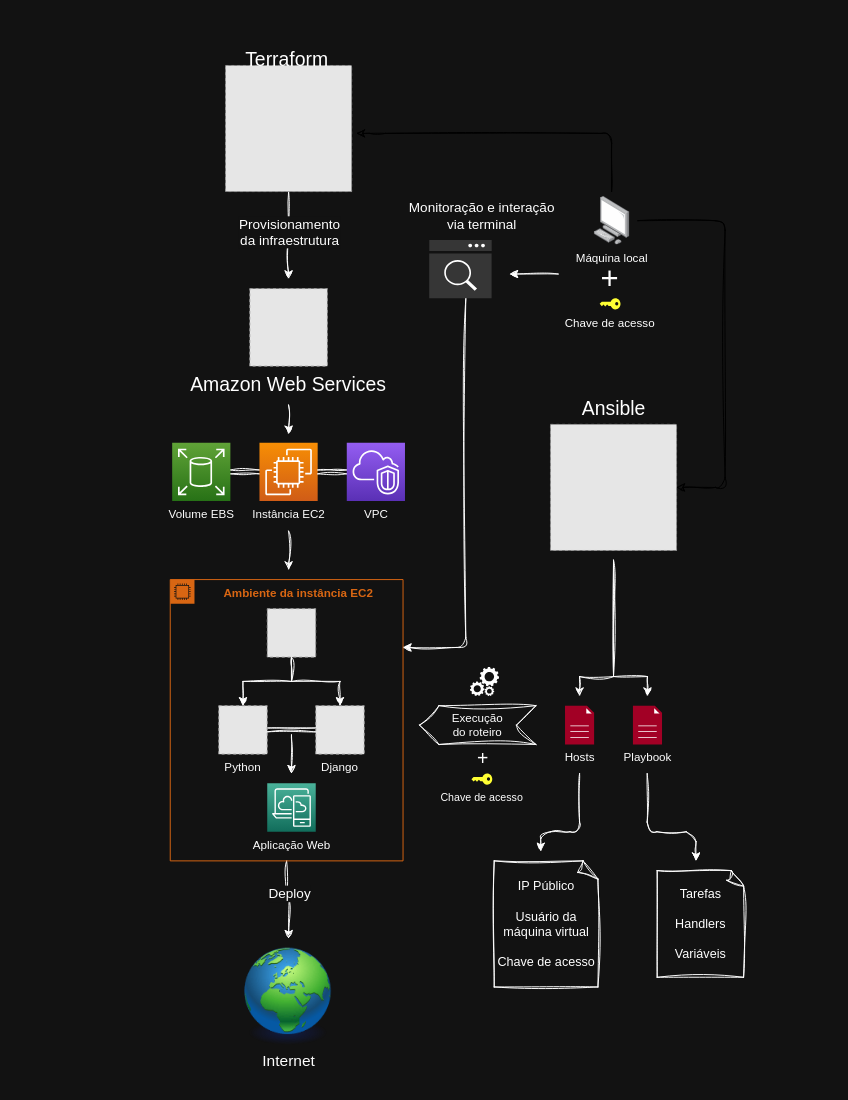
Before: project-map.drawio in T0mAlexander/IaC-Alura, a draw.io diagram. Source tidied: cells renumbered, new cells numbered last; positions are measured from the earlier drawing's top-left corner, leaving out a move shared by most shapes. Both pictures are drawn from the tidied source at 97%, with x=0, y=0 at pixel (16, 16). Pictures stored in the file or linked from it are replaced by grey dashed boxes.
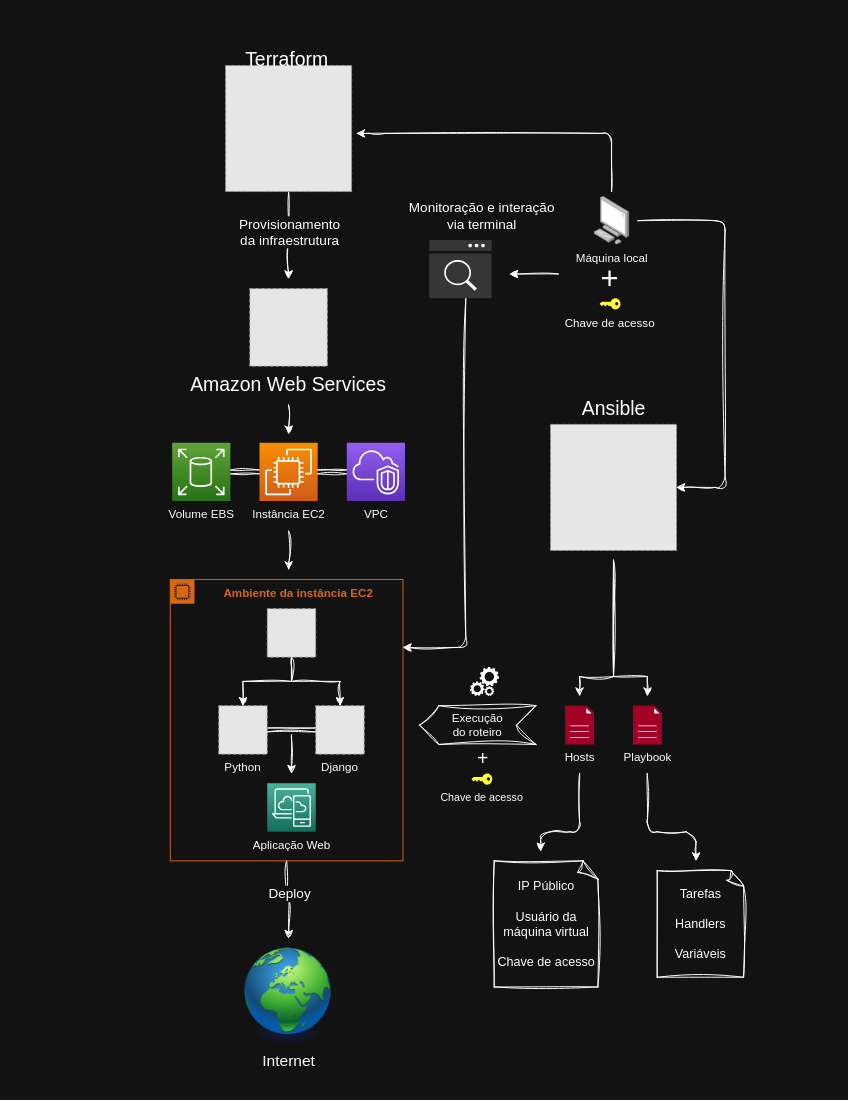
The same diagram, later.

Commit message (it also covers changes not shown here):
feat: :technologist: improved project map

Unchanged cells that the change refers to:
```xml
<mxCell id="15" style="fillColor=#E6E6E6;strokeColor=#999999;dashed=1;verticalLabelPosition=bottom;verticalAlign=top;fontFamily=Circular Std;fontSize=20;labelBackgroundColor=none;" parent="1" vertex="1">
  <mxGeometry x="550" y="420" width="130" height="130" as="geometry" />
</mxCell>
```

What changed in the source:
```diff
@@
-    <mxCell id="47" style="edgeStyle=orthogonalEdgeStyle;html=1;entryX=1;entryY=0.5;entryDx=0;entryDy=0;sketch=1;curveFitting=1;jiggle=2;" parent="1" edge="1" target="15">
+    <mxCell id="47" style="edgeStyle=orthogonalEdgeStyle;html=1;entryX=1;entryY=0.5;entryDx=0;entryDy=0;sketch=1;curveFitting=1;jiggle=2;strokeColor=#FFFFFF;" parent="1" edge="1" target="15">
       <mxGeometry relative="1" as="geometry">
         <mxPoint x="640" y="210" as="sourcePoint" />
         <Array as="points">
           <mxPoint x="730" y="210" />
           <mxPoint x="730" y="485" />
         </Array>
       </mxGeometry>
     </mxCell>
-    <mxCell id="48" style="edgeStyle=orthogonalEdgeStyle;sketch=1;html=1;" parent="1" edge="1">
+    <mxCell id="48" style="edgeStyle=orthogonalEdgeStyle;sketch=1;html=1;strokeColor=#FFFFFF;" parent="1" edge="1">
       <mxGeometry relative="1" as="geometry">
         <mxPoint x="613" y="180" as="sourcePoint" />
         <mxPoint x="350" y="120" as="targetPoint" />
         <Array as="points">
           <mxPoint x="613" y="120" />
           <mxPoint x="370" y="120" />
         </Array>
       </mxGeometry>
     </mxCell>
```
